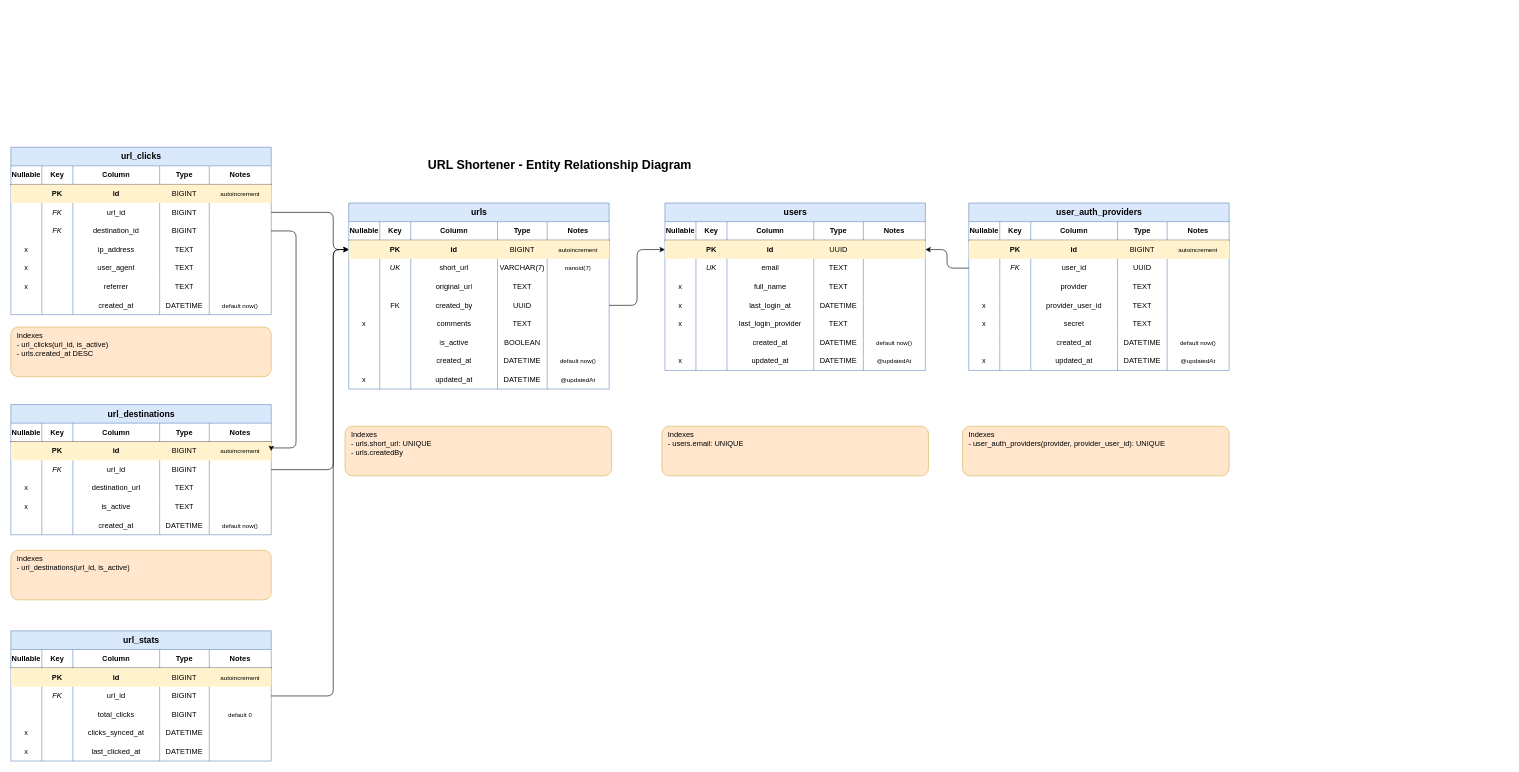
Above: docs/diagrams/erd.drawio in ImWaynnee/url-shortener (draw.io), before the change. Source tidied: cells renumbered, new cells numbered last; positions are measured from the earlier drawing's top-left corner, leaving out a move shared by most shapes. Both pictures are drawn from the tidied source at 62%, with x=0, y=0 at pixel (11, 147).
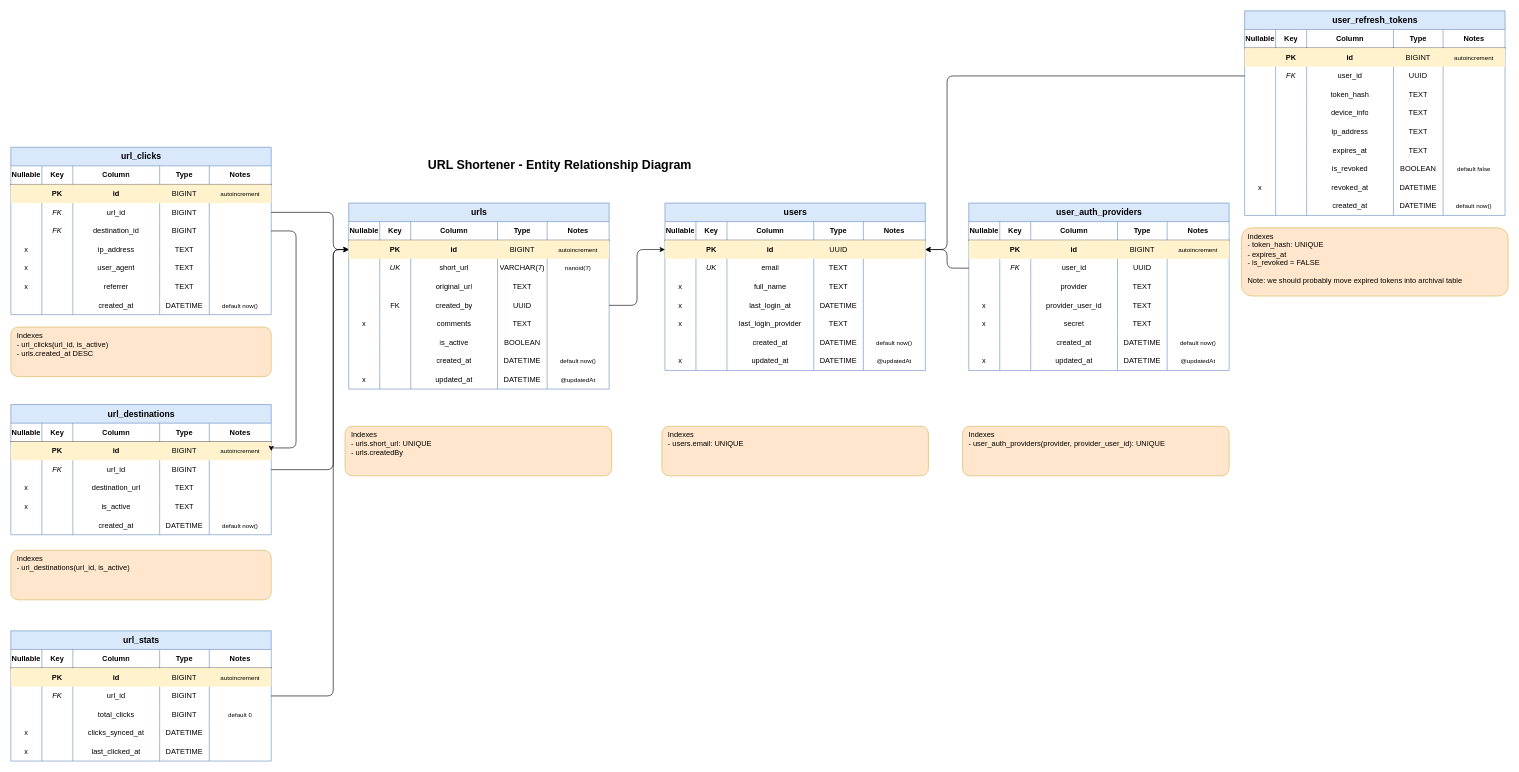
After the change.

The change refers to these unchanged cells:
```xml
<mxCell id="66" style="shape=tableRow;horizontal=0;startSize=0;swimlaneHead=0;swimlaneBody=0;fillColor=#fff2cc;points=[[0,0.5],[1,0.5]];portConstraint=eastwest;fontSize=12;top=0;left=0;right=0;bottom=0;html=1;" parent="59" vertex="1">
  <mxGeometry y="60" width="420" height="30" as="geometry" />
</mxCell>
```

The edit, as a diff of the source:
```diff
@@
+    <mxCell id="290" value="user_refresh_tokens" style="shape=table;startSize=30;childLayout=tableLayout;rowLines=0;fontStyle=1;align=center;fontSize=14;fillColor=#dae8fc;strokeColor=#6c8ebf;html=1;" parent="1" vertex="1">
+      <mxGeometry x="1990" y="-220" width="420" height="330" as="geometry" />
+    </mxCell>
+    <mxCell id="291" style="shape=tableRow;horizontal=0;startSize=0;swimlaneHead=0;swimlaneBody=0;fillColor=none;fontSize=12;top=0;left=0;right=0;bottom=1;html=1;" parent="290" vertex="1">
+      <mxGeometry y="30" width="420" height="30" as="geometry" />
+    </mxCell>
+    <mxCell id="292" value="Nullable" style="shape=partialRectangle;fillColor=none;top=0;left=0;bottom=0;right=0;fontStyle=1;overflow=hidden;html=1;" parent="291" vertex="1">
+      <mxGeometry width="50" height="30" as="geometry" />
+    </mxCell>
+    <mxCell id="293" value="Key" style="shape=partialRectangle;fillColor=none;top=0;left=0;bottom=0;right=0;fontStyle=1;overflow=hidden;html=1;" parent="291" vertex="1">
+      <mxGeometry x="50" width="50" height="30" as="geometry" />
+    </mxCell>
+    <mxCell id="294" value="Column" style="shape=partialRectangle;fillColor=none;top=0;left=0;bottom=0;right=0;fontStyle=1;overflow=hidden;html=1;" parent="291" vertex="1">
+      <mxGeometry x="100" width="140" height="30" as="geometry" />
+    </mxCell>
+    <mxCell id="295" value="Type" style="shape=partialRectangle;fillColor=none;top=0;left=0;bottom=0;right=0;fontStyle=1;overflow=hidden;html=1;" parent="291" vertex="1">
+      <mxGeometry x="240" width="80" height="30" as="geometry" />
+    </mxCell>
+    <mxCell id="296" value="Notes" style="shape=partialRectangle;fillColor=none;top=0;left=0;bottom=0;right=0;fontStyle=1;overflow=hidden;html=1;" parent="291" vertex="1">
+      <mxGeometry x="320" width="100" height="30" as="geometry" />
+    </mxCell>
+    <mxCell id="297" style="shape=tableRow;horizontal=0;startSize=0;swimlaneHead=0;swimlaneBody=0;fillColor=#fff2cc;fontSize=12;top=0;left=0;right=0;bottom=0;html=1;" parent="290" vertex="1">
+      <mxGeometry y="60" width="420" height="30" as="geometry" />
+    </mxCell>
+    <mxCell id="298" style="shape=partialRectangle;fillColor=none;top=0;left=0;bottom=0;right=0;fontStyle=1;overflow=hidden;html=1;" parent="297" vertex="1">
+      <mxGeometry width="50" height="30" as="geometry" />
+    </mxCell>
+    <mxCell id="299" value="PK" style="shape=partialRectangle;fillColor=none;top=0;left=0;bottom=0;right=0;fontStyle=1;overflow=hidden;html=1;" parent="297" vertex="1">
+      <mxGeometry x="50" width="50" height="30" as="geometry" />
+    </mxCell>
+    <mxCell id="300" value="id" style="shape=partialRectangle;fillColor=none;top=0;left=0;bottom=0;right=0;fontStyle=1;overflow=hidden;html=1;" parent="297" vertex="1">
+      <mxGeometry x="100" width="140" height="30" as="geometry" />
+    </mxCell>
+    <mxCell id="301" value="BIGINT" style="shape=partialRectangle;fillColor=none;top=0;left=0;bottom=0;right=0;overflow=hidden;html=1;" parent="297" vertex="1">
+      <mxGeometry x="240" width="80" height="30" as="geometry" />
+    </mxCell>
+    <mxCell id="302" value="autoincrement" style="shape=partialRectangle;fillColor=none;top=0;left=0;bottom=0;right=0;overflow=hidden;fontSize=10;html=1;" parent="297" vertex="1">
+      <mxGeometry x="320" width="100" height="30" as="geometry" />
+    </mxCell>
+    <mxCell id="303" style="shape=tableRow;horizontal=0;startSize=0;swimlaneHead=0;swimlaneBody=0;fillColor=none;points=[[0,0.5],[1,0.5]];portConstraint=eastwest;fontSize=12;top=0;left=0;right=0;bottom=0;html=1;" parent="290" vertex="1">
+      <mxGeometry y="90" width="420" height="30" as="geometry" />
+    </mxCell>
+    <mxCell id="304" style="shape=partialRectangle;fillColor=none;top=0;left=0;bottom=0;right=0;fontStyle=2;overflow=hidden;html=1;" parent="303" vertex="1">
+      <mxGeometry width="50" height="30" as="geometry" />
+    </mxCell>
+    <mxCell id="305" value="FK" style="shape=partialRectangle;fillColor=none;top=0;left=0;bottom=0;right=0;fontStyle=2;overflow=hidden;html=1;" parent="303" vertex="1">
+      <mxGeometry x="50" width="50" height="30" as="geometry" />
+    </mxCell>
+    <mxCell id="306" value="user_id" style="shape=partialRectangle;fillColor=none;top=0;left=0;bottom=0;right=0;overflow=hidden;html=1;" parent="303" vertex="1">
+      <mxGeometry x="100" width="140" height="30" as="geometry" />
+    </mxCell>
+    <mxCell id="307" value="UUID" style="shape=partialRectangle;fillColor=none;top=0;left=0;bottom=0;right=0;overflow=hidden;html=1;" parent="303" vertex="1">
+      <mxGeometry x="240" width="80" height="30" as="geometry" />
+    </mxCell>
+    <mxCell id="308" style="shape=partialRectangle;fillColor=none;top=0;left=0;bottom=0;right=0;overflow=hidden;fontSize=10;html=1;" parent="303" vertex="1">
+      <mxGeometry x="320" width="100" height="30" as="geometry" />
+    </mxCell>
+    <mxCell id="309" style="shape=tableRow;horizontal=0;startSize=0;swimlaneHead=0;swimlaneBody=0;fillColor=none;fontSize=12;top=0;left=0;right=0;bottom=0;html=1;" parent="290" vertex="1">
+      <mxGeometry y="120" width="420" height="30" as="geometry" />
+    </mxCell>
+    <mxCell id="310" style="shape=partialRectangle;fillColor=none;top=0;left=0;bottom=0;right=0;overflow=hidden;html=1;" parent="309" vertex="1">
+      <mxGeometry width="50" height="30" as="geometry" />
+    </mxCell>
+    <mxCell id="311" style="shape=partialRectangle;fillColor=none;top=0;left=0;bottom=0;right=0;overflow=hidden;html=1;" parent="309" vertex="1">
+      <mxGeometry x="50" width="50" height="30" as="geometry" />
+    </mxCell>
+    <mxCell id="312" value="token_hash" style="shape=partialRectangle;fillColor=none;top=0;left=0;bottom=0;right=0;overflow=hidden;html=1;" parent="309" vertex="1">
+      <mxGeometry x="100" width="140" height="30" as="geometry" />
+    </mxCell>
+    <mxCell id="313" value="&lt;span style=&quot;color: rgb(0, 0, 0);&quot;&gt;TEXT&lt;/span&gt;" style="shape=partialRectangle;fillColor=none;top=0;left=0;bottom=0;right=0;overflow=hidden;html=1;" parent="309" vertex="1">
+      <mxGeometry x="240" width="80" height="30" as="geometry" />
+    </mxCell>
+    <mxCell id="314" style="shape=partialRectangle;fillColor=none;top=0;left=0;bottom=0;right=0;overflow=hidden;fontSize=10;html=1;" parent="309" vertex="1">
+      <mxGeometry x="320" width="100" height="30" as="geometry" />
+    </mxCell>
+    <mxCell id="315" style="shape=tableRow;horizontal=0;startSize=0;swimlaneHead=0;swimlaneBody=0;fillColor=none;fontSize=12;top=0;left=0;right=0;bottom=0;html=1;" parent="290" vertex="1">
+      <mxGeometry y="150" width="420" height="30" as="geometry" />
+    </mxCell>
+    <mxCell id="316" style="shape=partialRectangle;fillColor=none;top=0;left=0;bottom=0;right=0;overflow=hidden;html=1;" parent="315" vertex="1">
+      <mxGeometry width="50" height="30" as="geometry" />
+    </mxCell>
+    <mxCell id="317" style="shape=partialRectangle;fillColor=none;top=0;left=0;bottom=0;right=0;overflow=hidden;html=1;" parent="315" vertex="1">
+      <mxGeometry x="50" width="50" height="30" as="geometry" />
+    </mxCell>
+    <mxCell id="318" value="device_info" style="shape=partialRectangle;fillColor=none;top=0;left=0;bottom=0;right=0;overflow=hidden;html=1;" parent="315" vertex="1">
+      <mxGeometry x="100" width="140" height="30" as="geometry" />
+    </mxCell>
+    <mxCell id="319" value="&lt;span style=&quot;color: rgb(0, 0, 0);&quot;&gt;TEXT&lt;/span&gt;" style="shape=partialRectangle;fillColor=none;top=0;left=0;bottom=0;right=0;overflow=hidden;html=1;" parent="315" vertex="1">
+      <mxGeometry x="240" width="80" height="30" as="geometry" />
+    </mxCell>
+    <mxCell id="320" style="shape=partialRectangle;fillColor=none;top=0;left=0;bottom=0;right=0;overflow=hidden;fontSize=10;html=1;" parent="315" vertex="1">
+      <mxGeometry x="320" width="100" height="30" as="geometry" />
+    </mxCell>
+    <mxCell id="321" style="shape=tableRow;horizontal=0;startSize=0;swimlaneHead=0;swimlaneBody=0;fillColor=none;fontSize=12;top=0;left=0;right=0;bottom=0;html=1;" parent="290" vertex="1">
+      <mxGeometry y="180" width="420" height="30" as="geometry" />
+    </mxCell>
+    <mxCell id="322" style="shape=partialRectangle;fillColor=none;top=0;left=0;bottom=0;right=0;overflow=hidden;html=1;" parent="321" vertex="1">
+      <mxGeometry width="50" height="30" as="geometry" />
+    </mxCell>
+    <mxCell id="323" style="shape=partialRectangle;fillColor=none;top=0;left=0;bottom=0;right=0;overflow=hidden;html=1;" parent="321" vertex="1">
+      <mxGeometry x="50" width="50" height="30" as="geometry" />
+    </mxCell>
+    <mxCell id="324" value="ip_address" style="shape=partialRectangle;fillColor=none;top=0;left=0;bottom=0;right=0;overflow=hidden;html=1;" parent="321" vertex="1">
+      <mxGeometry x="100" width="140" height="30" as="geometry" />
+    </mxCell>
+    <mxCell id="325" value="TEXT" style="shape=partialRectangle;fillColor=none;top=0;left=0;bottom=0;right=0;overflow=hidden;html=1;" parent="321" vertex="1">
+      <mxGeometry x="240" width="80" height="30" as="geometry" />
+    </mxCell>
+    <mxCell id="326" style="shape=partialRectangle;fillColor=none;top=0;left=0;bottom=0;right=0;overflow=hidden;fontSize=10;html=1;" parent="321" vertex="1">
+      <mxGeometry x="320" width="100" height="30" as="geometry" />
+    </mxCell>
+    <mxCell id="327" style="shape=tableRow;horizontal=0;startSize=0;swimlaneHead=0;swimlaneBody=0;fillColor=none;fontSize=12;top=0;left=0;right=0;bottom=0;html=1;" parent="290" vertex="1">
+      <mxGeometry y="210" width="420" height="30" as="geometry" />
+    </mxCell>
+    <mxCell id="328" style="shape=partialRectangle;fillColor=none;top=0;left=0;bottom=0;right=0;overflow=hidden;html=1;" parent="327" vertex="1">
+      <mxGeometry width="50" height="30" as="geometry" />
+    </mxCell>
+    <mxCell id="329" style="shape=partialRectangle;fillColor=none;top=0;left=0;bottom=0;right=0;overflow=hidden;html=1;" parent="327" vertex="1">
+      <mxGeometry x="50" width="50" height="30" as="geometry" />
+    </mxCell>
+    <mxCell id="330" value="expires_at" style="shape=partialRectangle;fillColor=none;top=0;left=0;bottom=0;right=0;overflow=hidden;html=1;" parent="327" vertex="1">
+      <mxGeometry x="100" width="140" height="30" as="geometry" />
+    </mxCell>
+    <mxCell id="331" value="&lt;span style=&quot;color: rgb(0, 0, 0);&quot;&gt;TEXT&lt;/span&gt;" style="shape=partialRectangle;fillColor=none;top=0;left=0;bottom=0;right=0;overflow=hidden;html=1;" parent="327" vertex="1">
+      <mxGeometry x="240" width="80" height="30" as="geometry" />
+    </mxCell>
+    <mxCell id="332" style="shape=partialRectangle;fillColor=none;top=0;left=0;bottom=0;right=0;overflow=hidden;fontSize=10;html=1;" parent="327" vertex="1">
+      <mxGeometry x="320" width="100" height="30" as="geometry" />
+    </mxCell>
+    <mxCell id="333" style="shape=tableRow;horizontal=0;startSize=0;swimlaneHead=0;swimlaneBody=0;fillColor=none;fontSize=12;top=0;left=0;right=0;bottom=0;html=1;" parent="290" vertex="1">
+      <mxGeometry y="240" width="420" height="30" as="geometry" />
+    </mxCell>
+    <mxCell id="334" style="shape=partialRectangle;fillColor=none;top=0;left=0;bottom=0;right=0;overflow=hidden;html=1;" parent="333" vertex="1">
+      <mxGeometry width="50" height="30" as="geometry" />
+    </mxCell>
+    <mxCell id="335" style="shape=partialRectangle;fillColor=none;top=0;left=0;bottom=0;right=0;overflow=hidden;html=1;" parent="333" vertex="1">
+      <mxGeometry x="50" width="50" height="30" as="geometry" />
+    </mxCell>
+    <mxCell id="336" value="is_revoked" style="shape=partialRectangle;fillColor=none;top=0;left=0;bottom=0;right=0;overflow=hidden;html=1;" parent="333" vertex="1">
+      <mxGeometry x="100" width="140" height="30" as="geometry" />
+    </mxCell>
+    <mxCell id="337" value="BOOLEAN" style="shape=partialRectangle;fillColor=none;top=0;left=0;bottom=0;right=0;overflow=hidden;html=1;" parent="333" vertex="1">
+      <mxGeometry x="240" width="80" height="30" as="geometry" />
+    </mxCell>
+    <mxCell id="338" value="default false" style="shape=partialRectangle;fillColor=none;top=0;left=0;bottom=0;right=0;overflow=hidden;fontSize=10;html=1;" parent="333" vertex="1">
+      <mxGeometry x="320" width="100" height="30" as="geometry" />
+    </mxCell>
+    <mxCell id="339" style="shape=tableRow;horizontal=0;startSize=0;swimlaneHead=0;swimlaneBody=0;fillColor=none;fontSize=12;top=0;left=0;right=0;bottom=0;html=1;" parent="290" vertex="1">
+      <mxGeometry y="270" width="420" height="30" as="geometry" />
+    </mxCell>
+    <mxCell id="340" value="x" style="shape=partialRectangle;fillColor=none;top=0;left=0;bottom=0;right=0;overflow=hidden;html=1;" parent="339" vertex="1">
+      <mxGeometry width="50" height="30" as="geometry" />
+    </mxCell>
+    <mxCell id="341" style="shape=partialRectangle;fillColor=none;top=0;left=0;bottom=0;right=0;overflow=hidden;html=1;" parent="339" vertex="1">
+      <mxGeometry x="50" width="50" height="30" as="geometry" />
+    </mxCell>
+    <mxCell id="342" value="revoked_at" style="shape=partialRectangle;fillColor=none;top=0;left=0;bottom=0;right=0;overflow=hidden;html=1;" parent="339" vertex="1">
+      <mxGeometry x="100" width="140" height="30" as="geometry" />
+    </mxCell>
+    <mxCell id="343" value="&lt;span style=&quot;color: rgb(0, 0, 0);&quot;&gt;DATETIME&lt;/span&gt;" style="shape=partialRectangle;fillColor=none;top=0;left=0;bottom=0;right=0;overflow=hidden;html=1;" parent="339" vertex="1">
+      <mxGeometry x="240" width="80" height="30" as="geometry" />
+    </mxCell>
+    <mxCell id="344" style="shape=partialRectangle;fillColor=none;top=0;left=0;bottom=0;right=0;overflow=hidden;fontSize=10;html=1;" parent="339" vertex="1">
+      <mxGeometry x="320" width="100" height="30" as="geometry" />
+    </mxCell>
+    <mxCell id="345" style="shape=tableRow;horizontal=0;startSize=0;swimlaneHead=0;swimlaneBody=0;fillColor=none;fontSize=12;top=0;left=0;right=0;bottom=0;html=1;" parent="290" vertex="1">
+      <mxGeometry y="300" width="420" height="30" as="geometry" />
+    </mxCell>
+    <mxCell id="346" style="shape=partialRectangle;fillColor=none;top=0;left=0;bottom=0;right=0;overflow=hidden;html=1;" parent="345" vertex="1">
+      <mxGeometry width="50" height="30" as="geometry" />
+    </mxCell>
+    <mxCell id="347" style="shape=partialRectangle;fillColor=none;top=0;left=0;bottom=0;right=0;overflow=hidden;html=1;" parent="345" vertex="1">
+      <mxGeometry x="50" width="50" height="30" as="geometry" />
+    </mxCell>
+    <mxCell id="348" value="created_at" style="shape=partialRectangle;fillColor=none;top=0;left=0;bottom=0;right=0;overflow=hidden;html=1;" parent="345" vertex="1">
+      <mxGeometry x="100" width="140" height="30" as="geometry" />
+    </mxCell>
+    <mxCell id="349" value="&lt;span style=&quot;color: rgb(0, 0, 0);&quot;&gt;DATETIME&lt;/span&gt;" style="shape=partialRectangle;fillColor=none;top=0;left=0;bottom=0;right=0;overflow=hidden;html=1;" parent="345" vertex="1">
+      <mxGeometry x="240" width="80" height="30" as="geometry" />
+    </mxCell>
+    <mxCell id="350" value="&lt;span style=&quot;color: rgb(0, 0, 0);&quot;&gt;default now()&lt;/span&gt;" style="shape=partialRectangle;fillColor=none;top=0;left=0;bottom=0;right=0;overflow=hidden;fontSize=10;html=1;" parent="345" vertex="1">
+      <mxGeometry x="320" width="100" height="30" as="geometry" />
+    </mxCell>
+    <mxCell id="351" style="edgeStyle=orthogonalEdgeStyle;html=1;exitX=0;exitY=0.5;exitDx=0;exitDy=0;entryX=1;entryY=0.5;entryDx=0;entryDy=0;" parent="1" edge="1" source="303" target="66">
+      <mxGeometry relative="1" as="geometry">
+        <Array as="points">
+          <mxPoint x="1510" y="-115" />
+          <mxPoint x="1510" y="165" />
+        </Array>
+      </mxGeometry>
+    </mxCell>
+    <mxCell id="352" value="Indexes&lt;br&gt;- token_hash: UNIQUE&lt;div&gt;- expires_at&lt;/div&gt;&lt;div&gt;- is_revoked = FALSE&lt;/div&gt;&lt;div&gt;&lt;br&gt;&lt;/div&gt;&lt;div&gt;Note: we should probably move expired tokens into archival table&lt;/div&gt;" style="text;align=left;verticalAlign=top;spacingLeft=8;fillColor=#ffe6cc;strokeColor=#d6b656;rounded=1;fontSize=12;html=1;" parent="1" vertex="1">
+      <mxGeometry x="1985" y="130" width="430" height="110" as="geometry" />
+    </mxCell>
```
